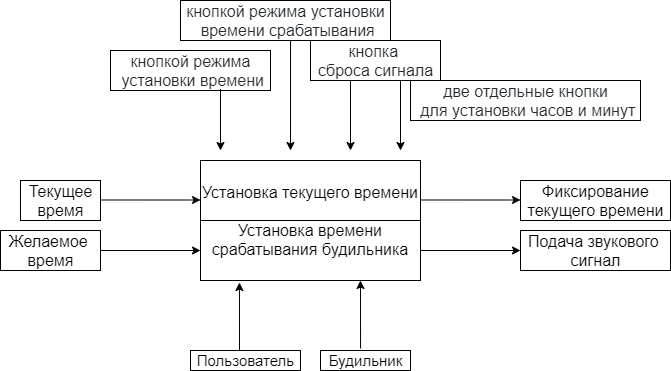
Earlier version of the draw.io export IDEF0.png (krimberg/Alarm-clock). Source tidied: cells renumbered, new cells last; positions are measured from the earlier drawing's top-left corner, leaving out a move shared by most shapes.
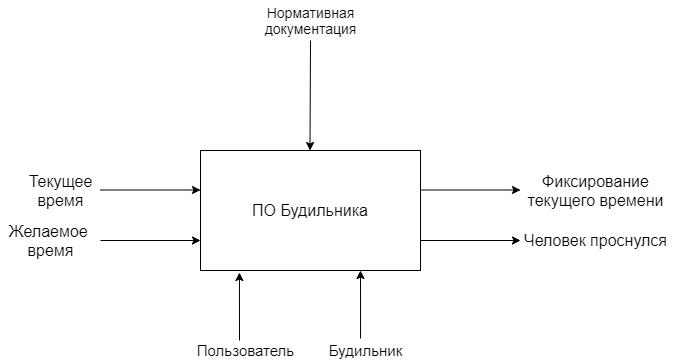
The same file after the commit.

Change to the diagram source:
```diff
@@ -2,7 +2,7 @@
   <root>
     <mxCell id="0" />
     <mxCell id="1" parent="0" />
-    <mxCell id="2" value="&lt;font style=&quot;font-size: 16px&quot;&gt;Установка текущего времени&lt;br&gt;&lt;br&gt;&lt;span style=&quot;font-family: , &amp;#34;blinkmacsystemfont&amp;#34; , &amp;#34;segoe ui&amp;#34; , &amp;#34;helvetica&amp;#34; , &amp;#34;arial&amp;#34; , sans-serif , &amp;#34;apple color emoji&amp;#34; , &amp;#34;segoe ui emoji&amp;#34; ; background-color: rgb(255 , 255 , 255)&quot;&gt;Установка времени срабатывания будильника&lt;/span&gt;&lt;br&gt;&lt;/font&gt;" style="rounded=0;whiteSpace=wrap;html=1;" parent="1" vertex="1">
+    <mxCell id="2" value="&lt;font style=&quot;font-size: 16px&quot;&gt;ПО Будильника&lt;br&gt;&lt;/font&gt;" style="rounded=0;whiteSpace=wrap;html=1;" parent="1" vertex="1">
       <mxGeometry x="200" y="160" width="220" height="120" as="geometry" />
     </mxCell>
     <mxCell id="3" style="endArrow=classic;html=1;entryX=0;entryY=0.5;entryDx=0;entryDy=0;" parent="1" edge="1">
@@ -22,59 +22,27 @@
         <mxPoint x="360" y="280" as="targetPoint" />
       </mxGeometry>
     </mxCell>
-    <mxCell id="6" style="endArrow=classic;html=1;" parent="1" edge="1">
-      <mxGeometry relative="1" as="geometry">
-        <mxPoint x="220" y="80" as="sourcePoint" />
-        <mxPoint x="220" y="150" as="targetPoint" />
-      </mxGeometry>
-    </mxCell>
-    <mxCell id="7" style="endArrow=classic;html=1;exitX=0.524;exitY=1;exitDx=0;exitDy=0;exitPerimeter=0;" parent="1" edge="1" source="10">
-      <mxGeometry relative="1" as="geometry">
-        <mxPoint x="290" y="150" as="targetPoint" />
-      </mxGeometry>
-    </mxCell>
     <mxCell id="8" style="endArrow=classic;html=1;entryX=0;entryY=0.5;entryDx=0;entryDy=0;" parent="1" edge="1">
       <mxGeometry relative="1" as="geometry">
         <mxPoint x="420" y="199.5" as="sourcePoint" />
         <mxPoint x="520" y="199.5" as="targetPoint" />
       </mxGeometry>
     </mxCell>
-    <mxCell id="9" value="&lt;span style=&quot;color: rgb(36 , 41 , 46) ; font-family: , &amp;#34;blinkmacsystemfont&amp;#34; , &amp;#34;segoe ui&amp;#34; , &amp;#34;helvetica&amp;#34; , &amp;#34;arial&amp;#34; , sans-serif , &amp;#34;apple color emoji&amp;#34; , &amp;#34;segoe ui emoji&amp;#34; ; font-size: 16px ; background-color: rgb(255 , 255 , 255)&quot;&gt;кнопкой режима&lt;br&gt;&amp;nbsp;установки времени&lt;/span&gt;" style="text;html=1;align=center;verticalAlign=middle;strokeColor=#000000;" parent="1" vertex="1">
-      <mxGeometry x="110" y="50" width="160" height="40" as="geometry" />
-    </mxCell>
-    <mxCell id="10" value="&lt;span style=&quot;color: rgb(36 , 41 , 46) ; font-family: , &amp;#34;blinkmacsystemfont&amp;#34; , &amp;#34;segoe ui&amp;#34; , &amp;#34;helvetica&amp;#34; , &amp;#34;arial&amp;#34; , sans-serif , &amp;#34;apple color emoji&amp;#34; , &amp;#34;segoe ui emoji&amp;#34; ; font-size: 16px ; background-color: rgb(255 , 255 , 255)&quot;&gt;кнопкой режима установки&lt;br&gt;&amp;nbsp;времени срабатывания&lt;/span&gt;" style="text;html=1;align=center;verticalAlign=middle;points=[];strokeColor=#000000;" parent="1" vertex="1">
-      <mxGeometry x="180" width="210" height="40" as="geometry" />
-    </mxCell>
-    <mxCell id="11" style="endArrow=classic;html=1;" parent="1" edge="1">
-      <mxGeometry relative="1" as="geometry">
-        <mxPoint x="400" y="80" as="sourcePoint" />
-        <mxPoint x="400" y="150" as="targetPoint" />
-      </mxGeometry>
-    </mxCell>
     <mxCell id="12" style="endArrow=classic;html=1;" parent="1" edge="1">
       <mxGeometry relative="1" as="geometry">
-        <mxPoint x="350" y="80" as="sourcePoint" />
-        <mxPoint x="350" y="150" as="targetPoint" />
+        <mxPoint x="310" y="50" as="sourcePoint" />
+        <mxPoint x="309.5" y="160" as="targetPoint" />
       </mxGeometry>
     </mxCell>
-    <mxCell id="13" value="&lt;span style=&quot;color: rgb(36 , 41 , 46) ; font-family: , &amp;#34;blinkmacsystemfont&amp;#34; , &amp;#34;segoe ui&amp;#34; , &amp;#34;helvetica&amp;#34; , &amp;#34;arial&amp;#34; , sans-serif , &amp;#34;apple color emoji&amp;#34; , &amp;#34;segoe ui emoji&amp;#34; ; font-size: 16px ; background-color: rgb(255 , 255 , 255)&quot;&gt;две отдельные кнопки&lt;br&gt;&amp;nbsp;для установки часов и минут&lt;/span&gt;" style="text;html=1;align=center;verticalAlign=middle;strokeColor=#000000;" parent="1" vertex="1">
-      <mxGeometry x="410" y="80" width="230" height="40" as="geometry" />
-    </mxCell>
-    <mxCell id="14" value="&lt;span style=&quot;color: rgb(36 , 41 , 46) ; font-family: , &amp;#34;blinkmacsystemfont&amp;#34; , &amp;#34;segoe ui&amp;#34; , &amp;#34;helvetica&amp;#34; , &amp;#34;arial&amp;#34; , sans-serif , &amp;#34;apple color emoji&amp;#34; , &amp;#34;segoe ui emoji&amp;#34; ; font-size: 16px ; background-color: rgb(255 , 255 , 255)&quot;&gt;кнопка &lt;br&gt;сброса сигнала&lt;/span&gt;" style="text;html=1;align=center;verticalAlign=middle;strokeColor=#000000;" parent="1" vertex="1">
-      <mxGeometry x="310" y="40" width="130" height="40" as="geometry" />
-    </mxCell>
-    <mxCell id="15" value="Пользователь" style="text;html=1;align=center;verticalAlign=middle;strokeColor=#000000;fontSize=15;" parent="1" vertex="1">
+    <mxCell id="15" value="Пользователь" style="text;html=1;align=center;verticalAlign=middle;fontSize=15;" parent="1" vertex="1">
       <mxGeometry x="190" y="350" width="110" height="20" as="geometry" />
     </mxCell>
-    <mxCell id="16" value="Будильник" style="text;html=1;align=center;verticalAlign=middle;strokeColor=#000000;fontSize=15;" parent="1" vertex="1">
+    <mxCell id="16" value="Будильник" style="text;html=1;align=center;verticalAlign=middle;fontSize=15;" parent="1" vertex="1">
       <mxGeometry x="320" y="350" width="90" height="20" as="geometry" />
     </mxCell>
-    <mxCell id="17" value="Текущее&lt;br style=&quot;font-size: 16px;&quot;&gt;время&lt;br style=&quot;font-size: 16px;&quot;&gt;" style="text;html=1;align=center;verticalAlign=middle;fontSize=16;strokeColor=#000000;" parent="1" vertex="1">
+    <mxCell id="17" value="Текущее&lt;br style=&quot;font-size: 16px;&quot;&gt;время&lt;br style=&quot;font-size: 16px;&quot;&gt;" style="text;html=1;align=center;verticalAlign=middle;fontSize=16;" parent="1" vertex="1">
       <mxGeometry x="20" y="180" width="80" height="40" as="geometry" />
     </mxCell>
-    <mxCell id="18" style="endArrow=none;html=1;fontSize=16;entryX=1;entryY=0.5;entryDx=0;entryDy=0;exitX=0;exitY=0.5;exitDx=0;exitDy=0;" parent="1" edge="1" source="2" target="2">
-      <mxGeometry relative="1" as="geometry" />
-    </mxCell>
     <mxCell id="19" style="endArrow=classic;html=1;entryX=0;entryY=0.5;entryDx=0;entryDy=0;" parent="1" edge="1">
       <mxGeometry relative="1" as="geometry">
         <mxPoint x="420" y="250" as="sourcePoint" />
@@ -87,14 +55,17 @@
         <mxPoint x="200" y="250" as="targetPoint" />
       </mxGeometry>
     </mxCell>
-    <mxCell id="21" value="Подача звукового &lt;br&gt;сигнал" style="text;html=1;align=center;verticalAlign=middle;fontSize=16;strokeColor=#000000;" parent="1" vertex="1">
-      <mxGeometry x="520" y="230" width="150" height="40" as="geometry" />
+    <mxCell id="21" value="Человек проснулся" style="text;html=1;align=center;verticalAlign=middle;fontSize=16;" parent="1" vertex="1">
+      <mxGeometry x="515" y="240" width="160" height="20" as="geometry" />
     </mxCell>
-    <mxCell id="22" value="Фиксирование&lt;br&gt;текущего времени" style="text;html=1;align=center;verticalAlign=middle;fontSize=16;strokeColor=#000000;" parent="1" vertex="1">
+    <mxCell id="22" value="Фиксирование&lt;br&gt;текущего времени" style="text;html=1;align=center;verticalAlign=middle;fontSize=16;" parent="1" vertex="1">
       <mxGeometry x="520" y="180" width="150" height="40" as="geometry" />
     </mxCell>
-    <mxCell id="23" value="Желаемое&amp;nbsp;&lt;br&gt;время" style="text;html=1;align=center;verticalAlign=middle;fontSize=16;strokeColor=#000000;" parent="1" vertex="1">
+    <mxCell id="23" value="Желаемое&amp;nbsp;&lt;br&gt;время" style="text;html=1;align=center;verticalAlign=middle;fontSize=16;" parent="1" vertex="1">
       <mxGeometry y="230" width="100" height="40" as="geometry" />
     </mxCell>
+    <mxCell id="24" value="&lt;font style=&quot;font-size: 14px&quot;&gt;Нормативная&lt;br&gt;документация&lt;/font&gt;" style="text;html=1;align=center;verticalAlign=middle;" parent="1" vertex="1">
+      <mxGeometry x="255" y="10" width="110" height="40" as="geometry" />
+    </mxCell>
   </root>
 </mxGraphModel>
```
